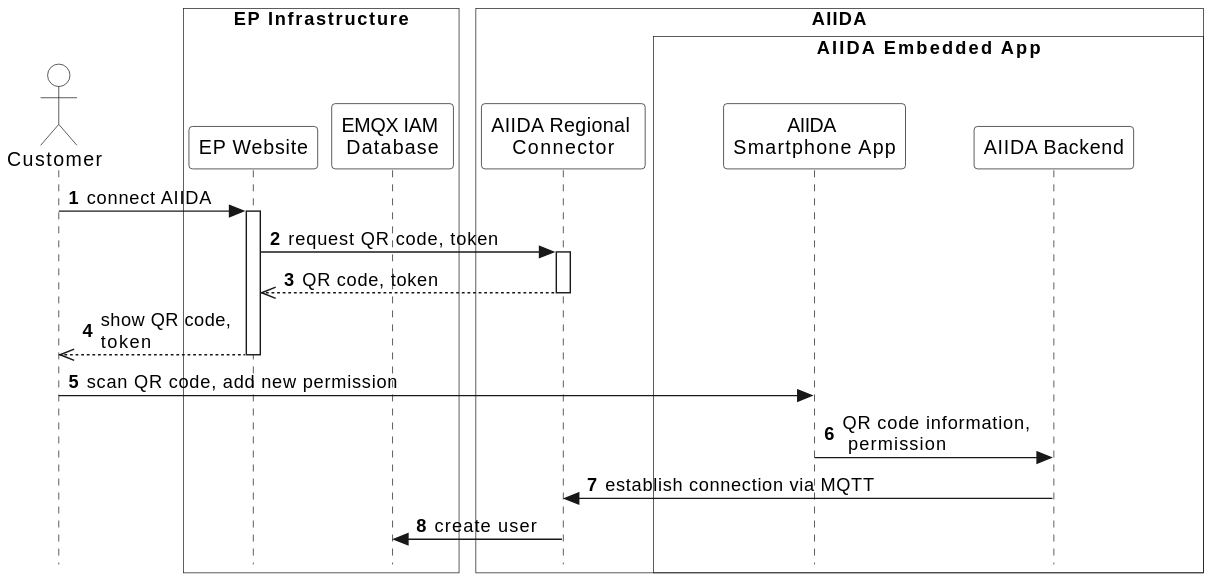
Earlier version of the PlantUML export arc42/aiida/runtime-view/figures/aiida_new_connection_qr.svg (eddie-energy/architecture).
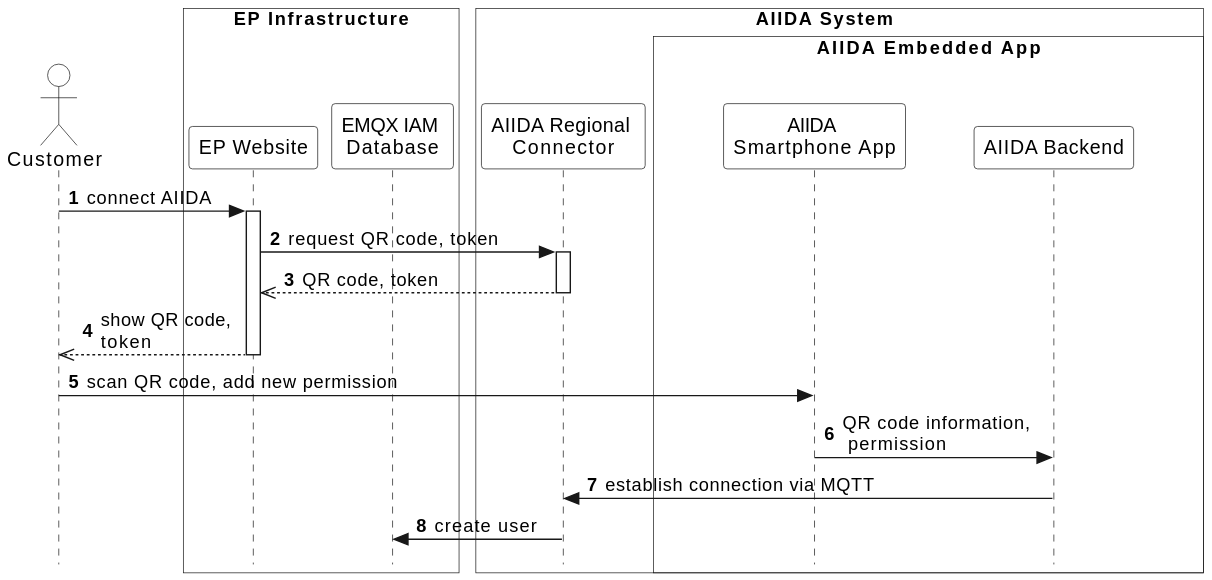
The same file after the commit.

Diff of the diagram source:
```diff
@@ -14,7 +14,7 @@
 participant "EP Website" as website
 participant "EMQX IAM \nDatabase" as database
 end box
-box "\tAIIDA\t\t"  #transparent
+box "\tAIIDA System\t\t"  #transparent
 participant "AIIDA Regional \nConnector" as connector
 box "\t\tAIIDA Embedded App\t\t"  #transparent
 participant "AIIDA \nSmartphone App" as frontend
```
